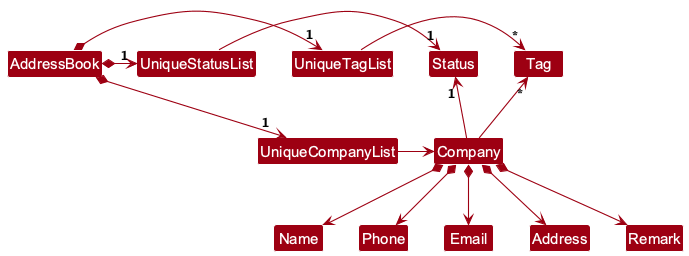
aufasodik/tp keeps this PlantUML diagram as docs/images/BetterModelClassDiagram.png. Above is the earlier version.
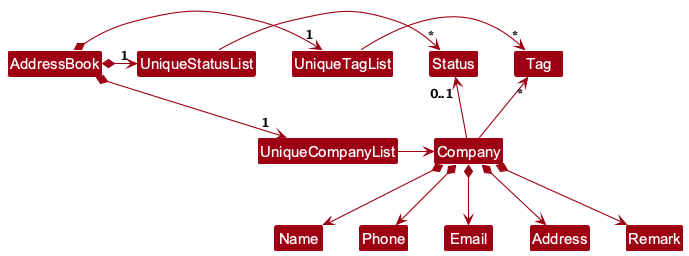
The same diagram one commit later.

Commit message:
Update Status Multiplicity In Model Class Diagram

Change to the diagram source:
```diff
@@ -12,11 +12,11 @@
 UniqueStatusList -[hidden]down- UniqueCompanyList
 
 UniqueTagList -right-> "*" Tag
-UniqueStatusList -right-> "1" Status
+UniqueStatusList -right-> "*" Status
 UniqueCompanyList -right-> Company
 
 Company -up-> "*" Tag
-Company -up-> "1" Status
+Company -up-> "0..1" Status
 
 Company *--> Name
 Company *--> Phone
```
